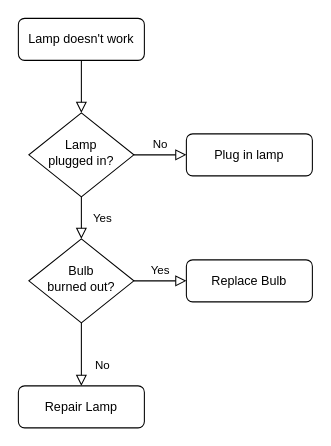
Above: end_to_end.drawio in GPlaying/nlp (draw.io), before the change. Source tidied: cells renumbered, new cells numbered last; positions are measured from the earlier drawing's top-left corner, leaving out a move shared by most shapes. Both pictures are drawn from the tidied source at 105%, with x=0, y=0 at pixel (18, 18).
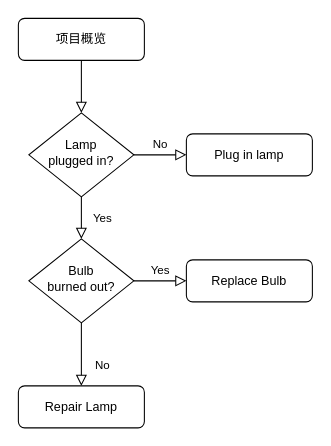
After the change.

Diff of the diagram source:
```diff
@@
 <mxGraphModel>
   <root>
     <mxCell id="0" />
     <mxCell id="1" parent="0" />
     <mxCell id="2" style="rounded=0;html=1;jettySize=auto;fontSize=11;endArrow=block;endFill=0;endSize=8;strokeWidth=1;shadow=0;labelBackgroundColor=none;edgeStyle=orthogonalEdgeStyle;" parent="1" edge="1" source="3" target="6">
       <mxGeometry relative="1" as="geometry" />
     </mxCell>
-    <mxCell id="3" value="Lamp doesn't work" style="rounded=1;whiteSpace=wrap;html=1;fontSize=12;glass=0;strokeWidth=1;shadow=0;" parent="1" vertex="1">
+    <mxCell id="3" value="项目概览" style="rounded=1;whiteSpace=wrap;html=1;fontSize=12;glass=0;strokeWidth=1;shadow=0;" parent="1" vertex="1">
       <mxGeometry width="120" height="40" as="geometry" />
     </mxCell>
     <mxCell id="4" value="Yes" style="rounded=0;html=1;jettySize=auto;fontSize=11;endArrow=block;endFill=0;endSize=8;strokeWidth=1;shadow=0;labelBackgroundColor=none;edgeStyle=orthogonalEdgeStyle;" parent="1" edge="1" source="6" target="10">
       <mxGeometry y="20" relative="1" as="geometry" />
     </mxCell>
     <mxCell id="5" value="No" style="edgeStyle=orthogonalEdgeStyle;rounded=0;html=1;jettySize=auto;fontSize=11;endArrow=block;endFill=0;endSize=8;strokeWidth=1;shadow=0;labelBackgroundColor=none;" parent="1" edge="1" source="6" target="7">
       <mxGeometry y="10" relative="1" as="geometry" />
     </mxCell>
     <mxCell id="6" value="Lamp&lt;br&gt;plugged in?" style="rhombus;whiteSpace=wrap;html=1;shadow=0;fontFamily=Helvetica;fontSize=12;align=center;strokeWidth=1;spacing=6;spacingTop=-4;" parent="1" vertex="1">
       <mxGeometry x="10" y="90" width="100" height="80" as="geometry" />
     </mxCell>
     <mxCell id="7" value="Plug in lamp" style="rounded=1;whiteSpace=wrap;html=1;fontSize=12;glass=0;strokeWidth=1;shadow=0;" parent="1" vertex="1">
       <mxGeometry x="160" y="110" width="120" height="40" as="geometry" />
     </mxCell>
     <mxCell id="8" value="No" style="rounded=0;html=1;jettySize=auto;fontSize=11;endArrow=block;endFill=0;endSize=8;strokeWidth=1;shadow=0;labelBackgroundColor=none;edgeStyle=orthogonalEdgeStyle;" parent="1" edge="1" source="10" target="11">
       <mxGeometry x="0.33" y="20" relative="1" as="geometry" />
     </mxCell>
     <mxCell id="9" value="Yes" style="edgeStyle=orthogonalEdgeStyle;rounded=0;html=1;jettySize=auto;fontSize=11;endArrow=block;endFill=0;endSize=8;strokeWidth=1;shadow=0;labelBackgroundColor=none;" parent="1" edge="1" source="10" target="12">
       <mxGeometry y="10" relative="1" as="geometry" />
     </mxCell>
     <mxCell id="10" value="Bulb&lt;br&gt;burned out?" style="rhombus;whiteSpace=wrap;html=1;shadow=0;fontFamily=Helvetica;fontSize=12;align=center;strokeWidth=1;spacing=6;spacingTop=-4;" parent="1" vertex="1">
       <mxGeometry x="10" y="210" width="100" height="80" as="geometry" />
     </mxCell>
     <mxCell id="11" value="Repair Lamp" style="rounded=1;whiteSpace=wrap;html=1;fontSize=12;glass=0;strokeWidth=1;shadow=0;" parent="1" vertex="1">
       <mxGeometry y="350" width="120" height="40" as="geometry" />
     </mxCell>
     <mxCell id="12" value="Replace Bulb" style="rounded=1;whiteSpace=wrap;html=1;fontSize=12;glass=0;strokeWidth=1;shadow=0;" parent="1" vertex="1">
       <mxGeometry x="160" y="230" width="120" height="40" as="geometry" />
     </mxCell>
   </root>
 </mxGraphModel>
```
